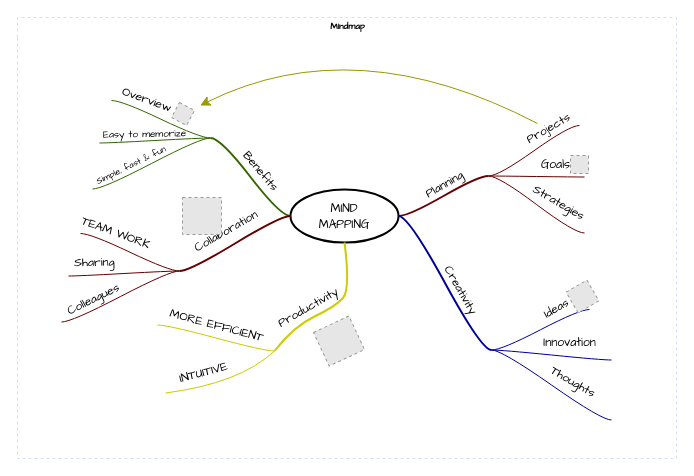
Before: 未命名绘图.drawio in HuanYu2001/My-first-public-repository, a draw.io diagram. Source tidied: cells renumbered, new cells numbered last; positions are measured from the earlier drawing's top-left corner, leaving out a move shared by most shapes. Both pictures are drawn from the tidied source at 100%, with x=0, y=0 at pixel (17, 17). Pictures stored in the file or linked from it are replaced by grey dashed boxes.
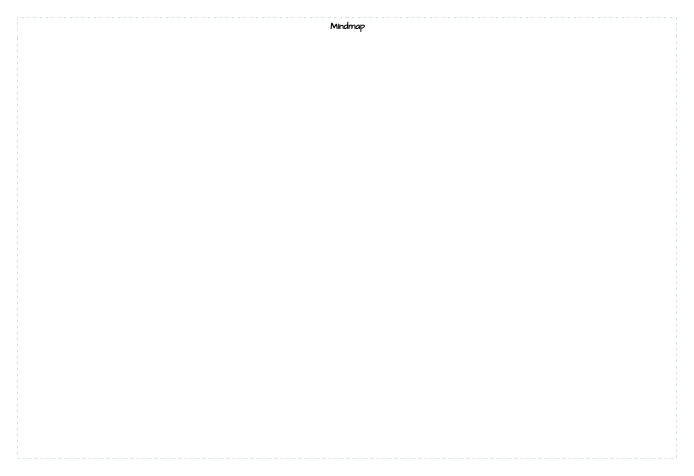
After the change.

Commit message:
更新未命名绘图.drawio

Unchanged cells that the change refers to:
```xml
<mxCell id="2" value="Mindmap" style="swimlane;html=1;startSize=20;horizontal=1;containerType=tree;labelBackgroundColor=none;strokeColor=#D4E1F5;strokeWidth=1;fillColor=none;fontFamily=Comic Sans MS;fontSize=9;swimlaneLine=0;dashed=1;" parent="1" vertex="1">
  <mxGeometry width="659" height="441" as="geometry" />
</mxCell>
```

Diff of the diagram source:
```diff
@@
-    <mxCell id="3" value="&lt;font face=&quot;Comic Sans MS&quot;&gt;MIND&lt;br&gt;MAPPING&lt;/font&gt;" style="ellipse;whiteSpace=wrap;html=1;align=center;strokeWidth=2;" parent="2" vertex="1">
-      <mxGeometry x="273" y="172" width="108" height="53" as="geometry" />
-    </mxCell>
-    <mxCell id="4" style="whiteSpace=wrap;html=1;rounded=1;arcSize=50;align=center;verticalAlign=middle;strokeWidth=1;spacing=4;" parent="2" vertex="1">
-      <mxGeometry x="471" y="158" height="1" as="geometry" />
-    </mxCell>
-    <mxCell id="5" style="edgeStyle=entityRelationEdgeStyle;startArrow=none;endArrow=none;segment=10;curved=1;strokeWidth=2;strokeColor=#660000;rounded=0;fontSize=12;startSize=8;endSize=8;" parent="2" edge="1" source="3" target="4">
-      <mxGeometry relative="1" as="geometry" />
-    </mxCell>
-    <mxCell id="6" value="Planning" style="text;html=1;align=center;verticalAlign=middle;labelBackgroundColor=none;rotation=-30;fontFamily=Comic Sans MS;" parent="5" vertex="1">
-      <mxGeometry x="0.02" y="2" relative="1" as="geometry">
-        <mxPoint x="1" y="-9" as="offset" />
-      </mxGeometry>
-    </mxCell>
-    <mxCell id="7" style="whiteSpace=wrap;html=1;rounded=1;arcSize=50;align=center;verticalAlign=middle;strokeWidth=1;spacing=4;" parent="2" vertex="1" collapsed="1">
-      <mxGeometry x="562" y="108" width="5" as="geometry" />
-    </mxCell>
-    <mxCell id="8" style="edgeStyle=entityRelationEdgeStyle;startArrow=none;endArrow=none;segment=10;curved=1;strokeColor=#660000;rounded=0;fontSize=12;startSize=8;endSize=8;" parent="2" edge="1" source="4" target="7">
-      <mxGeometry relative="1" as="geometry" />
-    </mxCell>
-    <mxCell id="9" value="Projects" style="text;html=1;points=[];align=center;verticalAlign=middle;labelBackgroundColor=none;fontFamily=Comic Sans MS;rotation=-30;" parent="8" vertex="1">
-      <mxGeometry x="0.26" relative="1" as="geometry">
-        <mxPoint x="3" y="-14" as="offset" />
-      </mxGeometry>
-    </mxCell>
-    <mxCell id="10" style="whiteSpace=wrap;html=1;rounded=1;arcSize=50;align=center;verticalAlign=middle;strokeWidth=1;spacing=4;" parent="2" vertex="1">
-      <mxGeometry x="567" y="159" height="1" as="geometry" />
-    </mxCell>
-    <mxCell id="11" style="edgeStyle=entityRelationEdgeStyle;startArrow=none;endArrow=none;segment=10;curved=1;strokeColor=#660000;rounded=0;fontSize=12;startSize=8;endSize=8;" parent="2" edge="1" source="4" target="10">
-      <mxGeometry relative="1" as="geometry" />
-    </mxCell>
-    <mxCell id="12" value="Goals" style="text;html=1;align=center;verticalAlign=middle;labelBackgroundColor=none;fontFamily=Comic Sans MS;rotation=0;" parent="11" vertex="1">
-      <mxGeometry x="-0.11" y="-1" relative="1" as="geometry">
-        <mxPoint x="24" y="-12" as="offset" />
-      </mxGeometry>
-    </mxCell>
-    <mxCell id="13" style="whiteSpace=wrap;html=1;rounded=1;arcSize=50;align=center;verticalAlign=middle;strokeWidth=1;spacing=4;" parent="2" vertex="1">
-      <mxGeometry x="567" y="215" height="1" as="geometry" />
-    </mxCell>
-    <mxCell id="14" style="edgeStyle=entityRelationEdgeStyle;startArrow=none;endArrow=none;segment=10;curved=1;strokeColor=#660000;rounded=0;fontSize=12;startSize=8;endSize=8;" parent="2" edge="1" source="4" target="13">
-      <mxGeometry relative="1" as="geometry" />
-    </mxCell>
-    <mxCell id="15" value="Strategies" style="text;html=1;align=center;verticalAlign=middle;labelBackgroundColor=none;fontFamily=Comic Sans MS;rotation=30;" parent="14" vertex="1">
-      <mxGeometry x="-0.11" y="-1" relative="1" as="geometry">
-        <mxPoint x="28" y="1" as="offset" />
-      </mxGeometry>
-    </mxCell>
-    <mxCell id="16" style="whiteSpace=wrap;html=1;rounded=1;arcSize=50;align=center;verticalAlign=middle;strokeWidth=1;spacing=4;" parent="2" vertex="1">
-      <mxGeometry x="474" y="332" height="1" as="geometry" />
-    </mxCell>
-    <mxCell id="17" style="edgeStyle=entityRelationEdgeStyle;startArrow=none;endArrow=none;segment=10;curved=1;strokeWidth=2;strokeColor=#000099;rounded=0;fontSize=12;startSize=8;endSize=8;" parent="2" edge="1" source="3" target="16">
-      <mxGeometry relative="1" as="geometry" />
-    </mxCell>
-    <mxCell id="18" value="Creativity" style="text;html=1;align=center;verticalAlign=middle;labelBackgroundColor=none;rotation=60;fontFamily=Comic Sans MS;" parent="17" vertex="1">
-      <mxGeometry x="0.02" y="2" relative="1" as="geometry">
-        <mxPoint x="13" y="6" as="offset" />
-      </mxGeometry>
-    </mxCell>
-    <mxCell id="19" style="whiteSpace=wrap;html=1;rounded=1;arcSize=50;align=center;verticalAlign=middle;strokeWidth=1;spacing=4;" parent="2" vertex="1">
-      <mxGeometry x="572" y="292" width="5" as="geometry" />
-    </mxCell>
-    <mxCell id="20" style="edgeStyle=entityRelationEdgeStyle;startArrow=none;endArrow=none;segment=10;curved=1;strokeColor=#000099;rounded=0;fontSize=12;startSize=8;endSize=8;" parent="2" edge="1" source="16" target="19">
-      <mxGeometry relative="1" as="geometry" />
-    </mxCell>
-    <mxCell id="21" value="Ideas" style="text;html=1;align=center;verticalAlign=middle;labelBackgroundColor=none;fontFamily=Comic Sans MS;rotation=-30;" parent="20" vertex="1">
-      <mxGeometry x="0.26" relative="1" as="geometry">
-        <mxPoint x="3" y="-14" as="offset" />
-      </mxGeometry>
-    </mxCell>
-    <mxCell id="22" style="whiteSpace=wrap;html=1;rounded=1;arcSize=50;align=center;verticalAlign=middle;strokeWidth=1;spacing=4;" parent="2" vertex="1">
-      <mxGeometry x="594" y="342" height="1" as="geometry" />
-    </mxCell>
-    <mxCell id="23" style="edgeStyle=entityRelationEdgeStyle;startArrow=none;endArrow=none;segment=10;curved=1;strokeColor=#000099;rounded=0;fontSize=12;startSize=8;endSize=8;" parent="2" edge="1" source="16" target="22">
-      <mxGeometry relative="1" as="geometry" />
-    </mxCell>
-    <mxCell id="24" value="Innovation" style="text;html=1;align=center;verticalAlign=middle;labelBackgroundColor=none;fontFamily=Comic Sans MS;rotation=0;" parent="23" vertex="1">
-      <mxGeometry x="-0.11" y="-1" relative="1" as="geometry">
-        <mxPoint x="24" y="-12" as="offset" />
-      </mxGeometry>
-    </mxCell>
-    <mxCell id="25" style="whiteSpace=wrap;html=1;rounded=1;arcSize=50;align=center;verticalAlign=middle;strokeWidth=1;spacing=4;" parent="2" vertex="1">
-      <mxGeometry x="594" y="402" height="1" as="geometry" />
-    </mxCell>
-    <mxCell id="26" style="edgeStyle=entityRelationEdgeStyle;startArrow=none;endArrow=none;segment=10;curved=1;strokeColor=#000099;rounded=0;fontSize=12;startSize=8;endSize=8;" parent="2" edge="1" source="16" target="25">
-      <mxGeometry relative="1" as="geometry" />
-    </mxCell>
-    <mxCell id="27" value="Thoughts" style="text;html=1;align=center;verticalAlign=middle;labelBackgroundColor=none;fontFamily=Comic Sans MS;rotation=30;" parent="26" vertex="1">
-      <mxGeometry x="-0.11" y="-1" relative="1" as="geometry">
-        <mxPoint x="28" y="1" as="offset" />
-      </mxGeometry>
-    </mxCell>
-    <mxCell id="28" style="fillColor=#E6E6E6;strokeColor=#999999;dashed=1;html=1;verticalAlign=top;verticalLabelPosition=bottom;labelBackgroundColor=#ffffff;fontFamily=Comic Sans MS;rotation=-30;" parent="2" vertex="1">
-      <mxGeometry x="553" y="267" width="24" height="24" as="geometry" />
-    </mxCell>
-    <mxCell id="29" style="edgeStyle=entityRelationEdgeStyle;jumpStyle=arc;html=1;endArrow=classicThin;endFill=1;jettySize=auto;strokeColor=none;strokeWidth=2;fontFamily=Comic Sans MS;rounded=0;fontSize=12;startSize=8;endSize=8;curved=1;" parent="2" edge="1" source="19" target="28">
-      <mxGeometry relative="1" as="geometry" />
-    </mxCell>
-    <mxCell id="30" style="fillColor=#E6E6E6;strokeColor=#999999;dashed=1;html=1;verticalAlign=top;verticalLabelPosition=bottom;labelBackgroundColor=#ffffff;fontFamily=Comic Sans MS;" parent="2" vertex="1">
-      <mxGeometry x="553" y="138" width="18" height="18" as="geometry" />
-    </mxCell>
-    <mxCell id="31" style="edgeStyle=entityRelationEdgeStyle;jumpStyle=arc;html=1;endArrow=classicThin;endFill=1;jettySize=auto;strokeColor=none;strokeWidth=2;fontFamily=Comic Sans MS;rounded=0;fontSize=12;startSize=8;endSize=8;curved=1;" parent="2" edge="1" source="10" target="30">
-      <mxGeometry relative="1" as="geometry" />
-    </mxCell>
-    <mxCell id="32" style="whiteSpace=wrap;html=1;rounded=1;arcSize=50;align=center;verticalAlign=middle;strokeWidth=1;spacing=4;" parent="2" vertex="1">
-      <mxGeometry x="193" y="120" height="1" as="geometry" />
-    </mxCell>
-    <mxCell id="33" style="edgeStyle=entityRelationEdgeStyle;startArrow=none;endArrow=none;segment=10;curved=1;strokeWidth=2;strokeColor=#336600;rounded=0;fontSize=12;startSize=8;endSize=8;" parent="2" edge="1" source="3" target="32">
-      <mxGeometry relative="1" as="geometry" />
-    </mxCell>
-    <mxCell id="34" value="Benefits" style="text;html=1;align=center;verticalAlign=middle;labelBackgroundColor=none;rotation=50;fontFamily=Comic Sans MS;" parent="33" vertex="1">
-      <mxGeometry x="0.02" y="2" relative="1" as="geometry">
-        <mxPoint x="12" y="-7" as="offset" />
-      </mxGeometry>
-    </mxCell>
-    <mxCell id="35" style="whiteSpace=wrap;html=1;rounded=1;arcSize=50;align=center;verticalAlign=middle;strokeWidth=1;spacing=4;" parent="2" vertex="1">
-      <mxGeometry x="75" y="171" height="1" as="geometry" />
-    </mxCell>
-    <mxCell id="36" style="edgeStyle=entityRelationEdgeStyle;startArrow=none;endArrow=none;segment=10;curved=1;strokeColor=#336600;rounded=0;fontSize=12;startSize=8;endSize=8;" parent="2" edge="1" source="32" target="35">
-      <mxGeometry relative="1" as="geometry" />
-    </mxCell>
-    <mxCell id="37" value="Simple, fast &amp;amp; fun" style="text;html=1;align=center;verticalAlign=middle;labelBackgroundColor=none;fontFamily=Comic Sans MS;rotation=-26;fontSize=9;" parent="36" vertex="1">
-      <mxGeometry x="-0.11" y="-1" relative="1" as="geometry">
-        <mxPoint x="-27" y="7" as="offset" />
-      </mxGeometry>
-    </mxCell>
-    <mxCell id="38" style="whiteSpace=wrap;html=1;rounded=1;arcSize=50;align=center;verticalAlign=middle;strokeWidth=1;spacing=4;" parent="2" vertex="1">
-      <mxGeometry x="82" y="125" height="1" as="geometry" />
-    </mxCell>
-    <mxCell id="39" style="edgeStyle=entityRelationEdgeStyle;startArrow=none;endArrow=none;segment=10;curved=1;strokeColor=#336600;rounded=0;fontSize=12;startSize=8;endSize=8;" parent="2" edge="1" source="32" target="38">
-      <mxGeometry relative="1" as="geometry" />
-    </mxCell>
-    <mxCell id="40" value="Easy to memorize" style="text;html=1;align=center;verticalAlign=middle;labelBackgroundColor=none;fontFamily=Comic Sans MS;rotation=-1;fontSize=10;" parent="39" vertex="1">
-      <mxGeometry x="-0.11" y="-1" relative="1" as="geometry">
-        <mxPoint x="-18" y="-6" as="offset" />
-      </mxGeometry>
-    </mxCell>
-    <mxCell id="41" style="whiteSpace=wrap;html=1;rounded=1;arcSize=50;align=center;verticalAlign=middle;strokeWidth=1;spacing=4;" parent="2" vertex="1" collapsed="1">
-      <mxGeometry x="89" y="83" width="5" as="geometry" />
-    </mxCell>
-    <mxCell id="42" style="edgeStyle=entityRelationEdgeStyle;startArrow=none;endArrow=none;segment=10;curved=1;strokeColor=#336600;rounded=0;fontSize=12;startSize=8;endSize=8;" parent="2" edge="1" source="32" target="41">
-      <mxGeometry relative="1" as="geometry" />
-    </mxCell>
-    <mxCell id="43" value="Overview" style="text;html=1;align=center;verticalAlign=middle;labelBackgroundColor=none;fontFamily=Comic Sans MS;rotation=20;" parent="42" vertex="1">
-      <mxGeometry x="0.26" relative="1" as="geometry">
-        <mxPoint x="-2" y="-13" as="offset" />
-      </mxGeometry>
-    </mxCell>
-    <mxCell id="44" style="fillColor=#E6E6E6;strokeColor=#999999;dashed=1;html=1;verticalAlign=top;verticalLabelPosition=bottom;labelBackgroundColor=#ffffff;fontFamily=Comic Sans MS;fontSize=10;rotation=28;" parent="2" vertex="1">
-      <mxGeometry x="157" y="88" width="17" height="17" as="geometry" />
-    </mxCell>
-    <mxCell id="45" style="endArrow=classic;html=1;curved=1;sourcePerimeterSpacing=10;strokeColor=#999900;targetPerimeterSpacing=7;rounded=0;fontSize=12;startSize=8;endSize=8;" parent="2" edge="1" source="9" target="44">
-      <mxGeometry relative="1" as="geometry">
-        <Array as="points">
-          <mxPoint x="338" y="11" />
-        </Array>
-      </mxGeometry>
-    </mxCell>
-    <mxCell id="46" style="jumpStyle=arc;html=1;endArrow=classicThin;endFill=1;jettySize=auto;strokeColor=none;strokeWidth=2;fontFamily=Comic Sans MS;fontSize=10;rounded=0;startSize=8;endSize=8;curved=1;" parent="2" edge="1" source="32" target="44">
-      <mxGeometry relative="1" as="geometry" />
-    </mxCell>
-    <mxCell id="47" style="whiteSpace=wrap;html=1;rounded=1;arcSize=50;align=center;verticalAlign=middle;strokeWidth=1;spacing=4;" parent="2" vertex="1">
-      <mxGeometry x="162" y="253" height="1" as="geometry" />
-    </mxCell>
-    <mxCell id="48" style="edgeStyle=entityRelationEdgeStyle;startArrow=none;endArrow=none;segment=10;curved=1;strokeWidth=2;strokeColor=#660000;rounded=0;fontSize=12;startSize=8;endSize=8;" parent="2" edge="1" source="3" target="47">
-      <mxGeometry relative="1" as="geometry" />
-    </mxCell>
-    <mxCell id="49" value="Collaboration" style="text;html=1;align=center;verticalAlign=middle;labelBackgroundColor=none;rotation=-30;fontFamily=Comic Sans MS;" parent="48" vertex="1">
-      <mxGeometry x="0.02" y="2" relative="1" as="geometry">
-        <mxPoint x="-10" y="-13" as="offset" />
-      </mxGeometry>
-    </mxCell>
-    <mxCell id="50" style="whiteSpace=wrap;html=1;rounded=1;arcSize=50;align=center;verticalAlign=middle;strokeWidth=1;spacing=4;" parent="2" vertex="1">
-      <mxGeometry x="44" y="304" height="1" as="geometry" />
-    </mxCell>
-    <mxCell id="51" style="edgeStyle=entityRelationEdgeStyle;startArrow=none;endArrow=none;segment=10;curved=1;strokeColor=#660000;rounded=0;fontSize=12;startSize=8;endSize=8;" parent="2" edge="1" source="47" target="50">
-      <mxGeometry relative="1" as="geometry" />
-    </mxCell>
-    <mxCell id="52" value="Colleagues" style="text;html=1;align=center;verticalAlign=middle;labelBackgroundColor=none;fontFamily=Comic Sans MS;rotation=-26;fontSize=12;" parent="51" vertex="1">
-      <mxGeometry x="-0.11" y="-1" relative="1" as="geometry">
-        <mxPoint x="-34" y="8" as="offset" />
-      </mxGeometry>
-    </mxCell>
-    <mxCell id="53" style="whiteSpace=wrap;html=1;rounded=1;arcSize=50;align=center;verticalAlign=middle;strokeWidth=1;spacing=4;" parent="2" vertex="1">
-      <mxGeometry x="51" y="258" height="1" as="geometry" />
-    </mxCell>
-    <mxCell id="54" style="edgeStyle=entityRelationEdgeStyle;startArrow=none;endArrow=none;segment=10;curved=1;strokeColor=#660000;rounded=0;fontSize=12;startSize=8;endSize=8;" parent="2" edge="1" source="47" target="53">
-      <mxGeometry relative="1" as="geometry" />
-    </mxCell>
-    <mxCell id="55" value="Sharing" style="text;html=1;align=center;verticalAlign=middle;labelBackgroundColor=none;fontFamily=Comic Sans MS;rotation=-1;fontSize=12;" parent="54" vertex="1">
-      <mxGeometry x="-0.11" y="-1" relative="1" as="geometry">
-        <mxPoint x="-37" y="-9" as="offset" />
-      </mxGeometry>
-    </mxCell>
-    <mxCell id="56" style="whiteSpace=wrap;html=1;rounded=1;arcSize=50;align=center;verticalAlign=middle;strokeWidth=1;spacing=4;" parent="2" vertex="1" collapsed="1">
-      <mxGeometry x="58" y="216" width="5" as="geometry" />
-    </mxCell>
-    <mxCell id="57" style="edgeStyle=entityRelationEdgeStyle;startArrow=none;endArrow=none;segment=10;curved=1;strokeColor=#660000;rounded=0;fontSize=12;startSize=8;endSize=8;" parent="2" edge="1" source="47" target="56">
-      <mxGeometry relative="1" as="geometry" />
-    </mxCell>
-    <mxCell id="58" value="TEAM WORK" style="text;html=1;align=center;verticalAlign=middle;labelBackgroundColor=none;fontFamily=Comic Sans MS;rotation=20;" parent="57" vertex="1">
-      <mxGeometry x="0.26" relative="1" as="geometry">
-        <mxPoint x="-2" y="-13" as="offset" />
-      </mxGeometry>
-    </mxCell>
-    <mxCell id="59" style="fillColor=#E6E6E6;strokeColor=#999999;dashed=1;html=1;verticalAlign=top;verticalLabelPosition=bottom;labelBackgroundColor=#ffffff;fontFamily=Comic Sans MS;fontSize=12;fontColor=#000000;align=center;" parent="2" vertex="1">
-      <mxGeometry x="165" y="180" width="39" height="37" as="geometry" />
-    </mxCell>
-    <mxCell id="60" style="edgeStyle=none;jumpStyle=arc;html=1;entryX=0.5;entryY=1;entryPerimeter=0;endArrow=classicThin;endFill=1;jettySize=auto;strokeColor=none;strokeWidth=2;fontFamily=Comic Sans MS;fontSize=12;rounded=0;startSize=8;endSize=8;curved=1;" parent="2" edge="1" source="47" target="59">
-      <mxGeometry relative="1" as="geometry" />
-    </mxCell>
-    <mxCell id="61" style="whiteSpace=wrap;html=1;rounded=1;arcSize=50;align=center;verticalAlign=middle;strokeWidth=1;spacing=4;" parent="2" vertex="1">
-      <mxGeometry x="257" y="333" height="1" as="geometry" />
-    </mxCell>
-    <mxCell id="62" style="startArrow=none;endArrow=none;segment=10;strokeWidth=2;strokeColor=#CCCC00;exitX=0.5;exitY=1;curved=1;rounded=0;fontSize=12;startSize=8;endSize=8;" parent="2" edge="1" source="3" target="61">
-      <mxGeometry relative="1" as="geometry">
-        <Array as="points">
-          <mxPoint x="333" y="272" />
-          <mxPoint x="318" y="289" />
-          <mxPoint x="276" y="309" />
-        </Array>
-      </mxGeometry>
-    </mxCell>
-    <mxCell id="63" value="Productivity" style="text;html=1;align=center;verticalAlign=middle;labelBackgroundColor=none;rotation=-30;fontFamily=Comic Sans MS;" parent="62" vertex="1">
-      <mxGeometry x="0.02" y="2" relative="1" as="geometry">
-        <mxPoint x="-24" y="-2" as="offset" />
-      </mxGeometry>
-    </mxCell>
-    <mxCell id="64" style="whiteSpace=wrap;html=1;rounded=1;arcSize=50;align=center;verticalAlign=middle;strokeWidth=1;spacing=4;" parent="2" vertex="1">
-      <mxGeometry x="148" y="375" height="1" as="geometry" />
-    </mxCell>
-    <mxCell id="65" style="startArrow=none;endArrow=none;segment=10;strokeColor=#CCCC00;curved=1;rounded=0;fontSize=12;startSize=8;endSize=8;" parent="2" edge="1" source="61" target="64">
-      <mxGeometry relative="1" as="geometry">
-        <Array as="points">
-          <mxPoint x="222" y="366" />
-        </Array>
-      </mxGeometry>
-    </mxCell>
-    <mxCell id="66" value="INTUITIVE" style="text;html=1;align=center;verticalAlign=middle;labelBackgroundColor=none;fontFamily=Comic Sans MS;rotation=-15;fontSize=12;" parent="65" vertex="1">
-      <mxGeometry x="-0.11" y="-1" relative="1" as="geometry">
-        <mxPoint x="-30" y="-10" as="offset" />
-      </mxGeometry>
-    </mxCell>
-    <mxCell id="67" style="whiteSpace=wrap;html=1;rounded=1;arcSize=50;align=center;verticalAlign=middle;strokeWidth=1;spacing=4;" parent="2" vertex="1">
-      <mxGeometry x="140" y="307" height="1" as="geometry" />
-    </mxCell>
-    <mxCell id="68" style="edgeStyle=entityRelationEdgeStyle;startArrow=none;endArrow=none;segment=10;curved=1;strokeColor=#CCCC00;rounded=0;fontSize=12;startSize=8;endSize=8;" parent="2" edge="1" source="61" target="67">
-      <mxGeometry relative="1" as="geometry" />
-    </mxCell>
-    <mxCell id="69" value="MORE EFFICIENT" style="text;html=1;align=center;verticalAlign=middle;labelBackgroundColor=none;fontFamily=Comic Sans MS;rotation=15;fontSize=12;" parent="68" vertex="1">
-      <mxGeometry x="-0.11" y="-1" relative="1" as="geometry">
-        <mxPoint x="-6" y="-13" as="offset" />
-      </mxGeometry>
-    </mxCell>
-    <mxCell id="70" style="fillColor=#E6E6E6;strokeColor=#999999;dashed=1;html=1;verticalAlign=top;verticalLabelPosition=bottom;labelBackgroundColor=#ffffff;fontFamily=Comic Sans MS;fontSize=12;fontColor=#000000;align=center;rotation=-25;" parent="2" vertex="1">
-      <mxGeometry x="302" y="305" width="39" height="37" as="geometry" />
-    </mxCell>
-    <mxCell id="71" style="edgeStyle=none;jumpStyle=arc;html=1;entryX=0.5;entryY=1;entryPerimeter=0;endArrow=classicThin;endFill=1;jettySize=auto;strokeColor=none;strokeWidth=2;fontFamily=Comic Sans MS;fontSize=12;rounded=0;startSize=8;endSize=8;curved=1;" parent="2" edge="1" source="61" target="70">
-      <mxGeometry relative="1" as="geometry" />
-    </mxCell>
```
